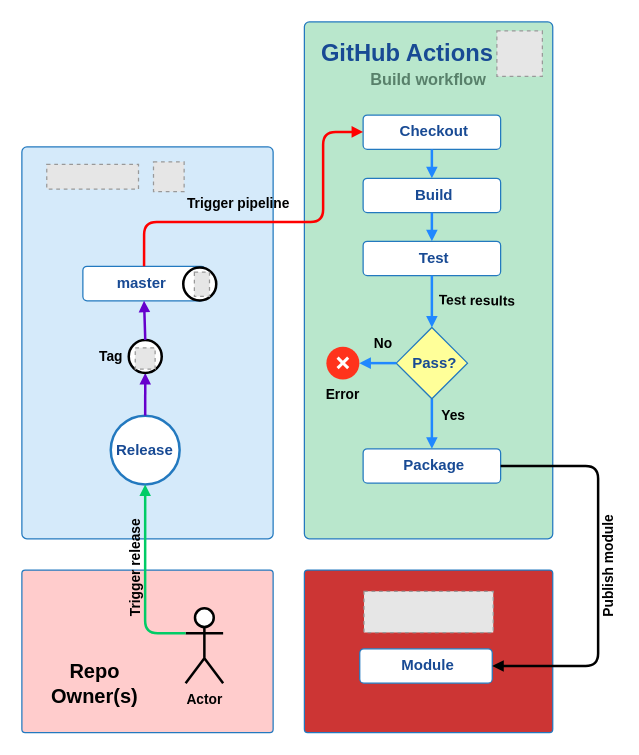
The draw.io diagram sections/methodology/figures/release-automation.drawio in andstor/bachelor-thesis, before the edit. Source tidied: cells renumbered, new cells numbered last; positions are measured from the earlier drawing's top-left corner, leaving out a move shared by most shapes. Both pictures are drawn from the tidied source at 125%, with x=0, y=0 at pixel (21, 21). Pictures stored in the file or linked from it are replaced by grey dashed boxes.
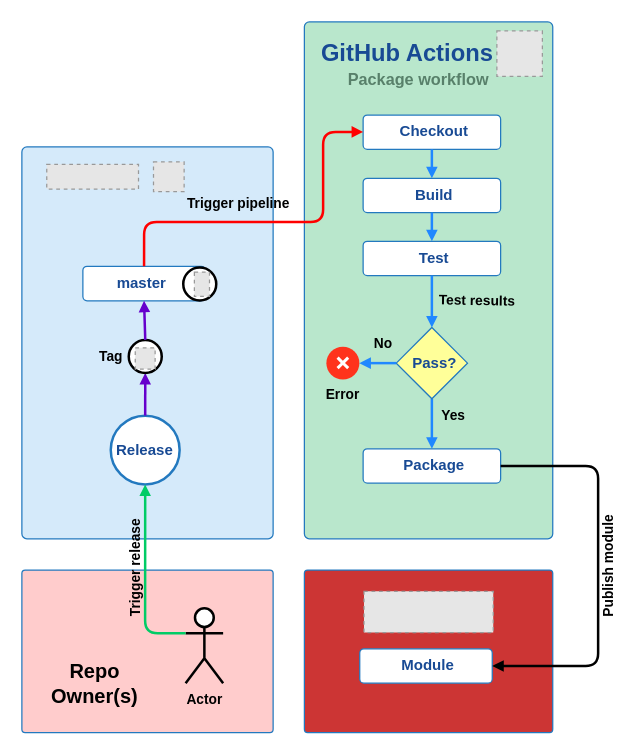
Above is the later version.

Commit message (it also covers changes not shown here):
Update diagram label

Unchanged cells that the change refers to:
```xml
<mxCell id="2" style="rounded=1;whiteSpace=wrap;html=1;shadow=0;glass=0;comic=0;strokeColor=#2379bf;strokeWidth=1;fillColor=#b9e7cc;arcSize=2;" parent="1" vertex="1">
  <mxGeometry x="226" width="198.7" height="413.5" as="geometry" />
</mxCell>
```

What changed in the source:
```diff
@@
-    <mxCell id="10" value="&lt;font style=&quot;font-size: 13px&quot; color=&quot;#58806a&quot;&gt;&lt;b style=&quot;font-size: 13px&quot;&gt;Build workflow&lt;/b&gt;&lt;/font&gt;" style="text;align=center;verticalAlign=middle;fontSize=13;fontColor=#000000;fillColor=none;labelBorderColor=none;html=1;" parent="2" vertex="1">
-      <mxGeometry x="44" y="36.2" width="110" height="20" as="geometry" />
+    <mxCell id="10" value="&lt;font style=&quot;font-size: 13px&quot; color=&quot;#58806a&quot;&gt;&lt;b style=&quot;font-size: 13px&quot;&gt;Package workflow&lt;/b&gt;&lt;/font&gt;" style="text;align=center;verticalAlign=middle;fontSize=13;fontColor=#000000;fillColor=none;labelBorderColor=none;html=1;" parent="2" vertex="1">
+      <mxGeometry x="26" y="36.2" width="130" height="20" as="geometry" />
     </mxCell>
```
